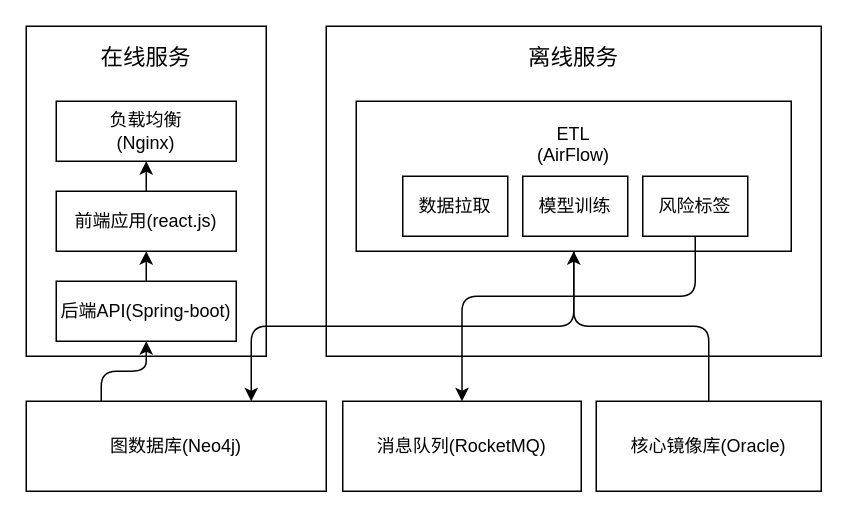
This is page "技术架构图" (1 of 7) of 太平/taiping-arch.drawio from XiaoLiuAI/diagrams, a draw.io file, before an edit. Source tidied: cells renumbered, new cells numbered last; positions are measured from the earlier drawing's top-left corner, leaving out a move shared by most shapes. Both pictures are drawn from the tidied source at 150%, with x=0, y=0 at pixel (26, 26).
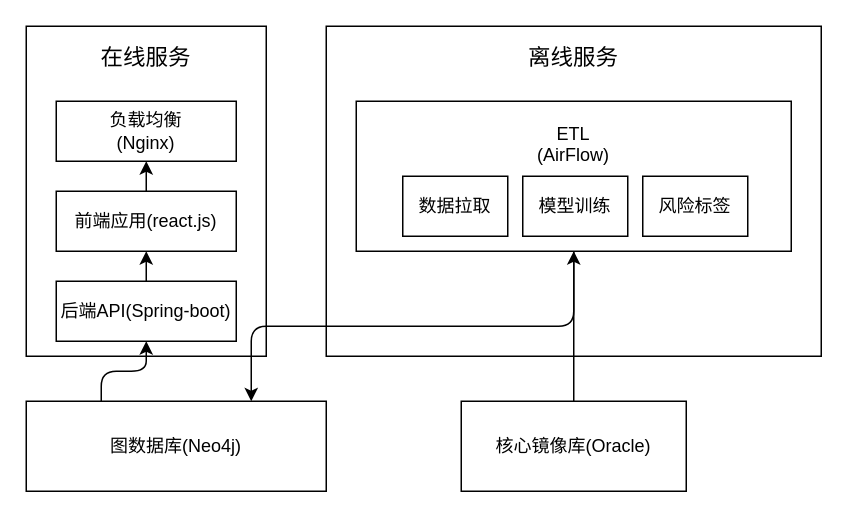
The same diagram, later.

Unchanged cells that the change refers to:
```xml
<mxCell id="13" value="风险标签" style="rounded=0;whiteSpace=wrap;html=1;" parent="1" vertex="1">
  <mxGeometry x="411" y="100" width="70" height="40" as="geometry" />
</mxCell>
```

Change to the diagram source:
```diff
@@
     <mxCell id="16" value="核心镜像库(Oracle)" style="rounded=0;whiteSpace=wrap;html=1;" parent="1" vertex="1">
-      <mxGeometry x="380" y="250" width="150" height="60" as="geometry" />
+      <mxGeometry x="290" y="250" width="150" height="60" as="geometry" />
     </mxCell>
@@
-    <mxCell id="19" value="消息队列(RocketMQ)" style="rounded=0;whiteSpace=wrap;html=1;" parent="1" vertex="1">
-      <mxGeometry x="211" y="250" width="159" height="60" as="geometry" />
-    </mxCell>
-    <mxCell id="20" style="edgeStyle=elbowEdgeStyle;elbow=vertical;endArrow=classic;html=1;entryX=0.5;entryY=0;entryDx=0;entryDy=0;exitX=0.5;exitY=1;exitDx=0;exitDy=0;" parent="1" edge="1" source="13" target="19">
-      <mxGeometry relative="1" as="geometry">
-        <Array as="points">
-          <mxPoint x="370" y="180" />
-        </Array>
-      </mxGeometry>
-    </mxCell>
```
